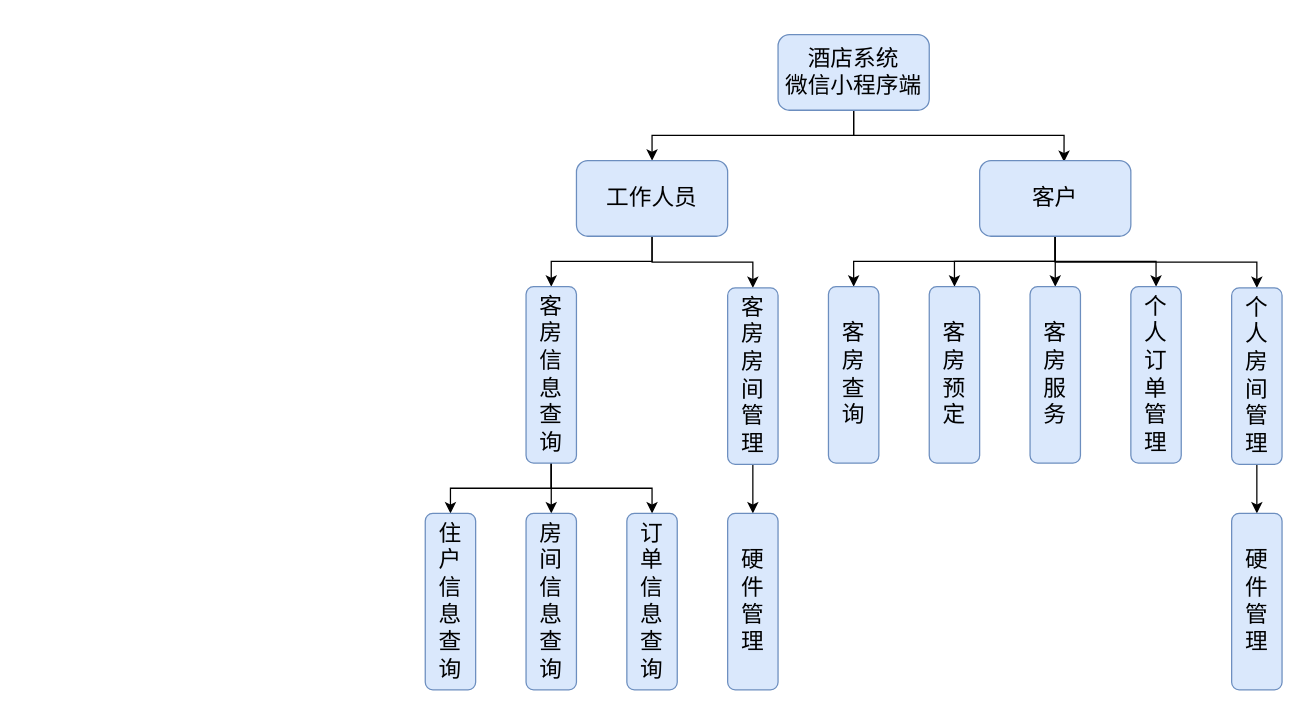
Earlier version of the draw.io diagram docs/src/微信小程序界面层.drawio (AndSonder/smart-hotel-database). Source tidied: cells renumbered, new cells numbered last; positions are measured from the earlier drawing's top-left corner, leaving out a move shared by most shapes. Both pictures are drawn from the tidied source at 126%, with x=0, y=0 at pixel (425, 34).
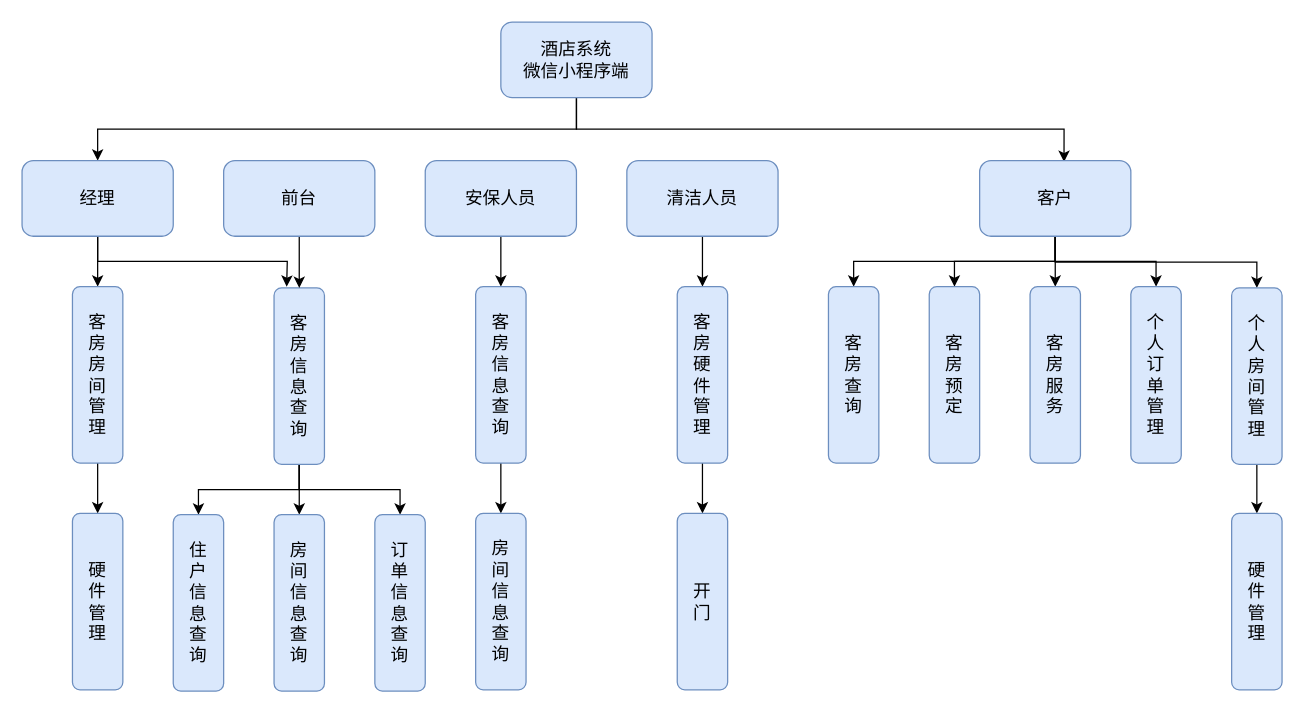
The same page after the edit.

Commit message (it also covers changes not shown here):
修改系统设计文档中的微信小程序功能模块图

What changed in the source:
```diff
@@
-    <mxCell id="2" style="edgeStyle=orthogonalEdgeStyle;rounded=0;jettySize=auto;html=1;exitX=0.5;exitY=1;exitDx=0;exitDy=0;fontSize=18;" parent="1" edge="1" source="4" target="7">
+    <mxCell id="2" style="edgeStyle=orthogonalEdgeStyle;rounded=0;jettySize=auto;html=1;exitX=0.5;exitY=1;exitDx=0;exitDy=0;fontSize=14;" parent="1" edge="1" source="4" target="7">
       <mxGeometry relative="1" as="geometry" />
     </mxCell>
-    <mxCell id="3" style="edgeStyle=orthogonalEdgeStyle;rounded=0;jettySize=auto;html=1;exitX=0.5;exitY=1;exitDx=0;exitDy=0;entryX=0.558;entryY=0.017;entryDx=0;entryDy=0;entryPerimeter=0;fontSize=18;" parent="1" edge="1" source="4" target="13">
+    <mxCell id="3" style="edgeStyle=orthogonalEdgeStyle;rounded=0;jettySize=auto;html=1;exitX=0.5;exitY=1;exitDx=0;exitDy=0;entryX=0.558;entryY=0.017;entryDx=0;entryDy=0;entryPerimeter=0;fontSize=14;" parent="1" edge="1" source="4" target="13">
       <mxGeometry relative="1" as="geometry" />
     </mxCell>
-    <mxCell id="4" value="酒店系统&lt;br style=&quot;font-size: 18px;&quot;&gt;微信小程序端" style="rounded=1;whiteSpace=wrap;html=1;fillColor=#dae8fc;strokeColor=#6c8ebf;shadow=0;glass=0;sketch=0;fontSize=18;" parent="1" vertex="1">
-      <mxGeometry x="280" width="120" height="60" as="geometry" />
+    <mxCell id="4" value="酒店系统&lt;br style=&quot;font-size: 14px;&quot;&gt;微信小程序端" style="rounded=1;whiteSpace=wrap;html=1;fillColor=#dae8fc;strokeColor=#6c8ebf;shadow=0;glass=0;sketch=0;fontSize=14;" parent="1" vertex="1">
+      <mxGeometry x="60" y="-10" width="120" height="60" as="geometry" />
     </mxCell>
-    <mxCell id="5" style="edgeStyle=orthogonalEdgeStyle;rounded=0;jettySize=auto;html=1;exitX=0.5;exitY=1;exitDx=0;exitDy=0;entryX=0.5;entryY=0;entryDx=0;entryDy=0;fontSize=18;" parent="1" edge="1" source="7" target="22">
-      <mxGeometry relative="1" as="geometry" />
-    </mxCell>
-    <mxCell id="6" style="edgeStyle=orthogonalEdgeStyle;rounded=0;jettySize=auto;html=1;exitX=0.5;exitY=1;exitDx=0;exitDy=0;entryX=0.5;entryY=0;entryDx=0;entryDy=0;" parent="1" edge="1" source="7" target="24">
+    <mxCell id="6" style="edgeStyle=orthogonalEdgeStyle;rounded=0;jettySize=auto;html=1;exitX=0.5;exitY=1;exitDx=0;exitDy=0;entryX=0.5;entryY=0;entryDx=0;entryDy=0;fontSize=14;" parent="1" edge="1" source="7" target="24">
       <mxGeometry relative="1" as="geometry" />
     </mxCell>
+    <mxCell id="31" style="edgeStyle=orthogonalEdgeStyle;rounded=0;jettySize=auto;html=1;exitX=0.5;exitY=1;exitDx=0;exitDy=0;fontSize=14;" parent="1" edge="1" source="7">
+      <mxGeometry relative="1" as="geometry">
+        <mxPoint x="-110" y="200" as="targetPoint" />
+      </mxGeometry>
+    </mxCell>
-    <mxCell id="7" value="工作人员" style="rounded=1;whiteSpace=wrap;html=1;fillColor=#dae8fc;strokeColor=#6c8ebf;shadow=0;sketch=0;fontSize=18;" parent="1" vertex="1">
-      <mxGeometry x="120" y="100" width="120" height="60" as="geometry" />
+    <mxCell id="7" value="经理" style="rounded=1;whiteSpace=wrap;html=1;fillColor=#dae8fc;strokeColor=#6c8ebf;shadow=0;sketch=0;fontSize=14;" parent="1" vertex="1">
+      <mxGeometry x="-320" y="100" width="120" height="60" as="geometry" />
     </mxCell>
-    <mxCell id="8" style="edgeStyle=orthogonalEdgeStyle;rounded=0;jettySize=auto;html=1;exitX=0.5;exitY=1;exitDx=0;exitDy=0;entryX=0.5;entryY=0;entryDx=0;entryDy=0;fontSize=18;" parent="1" edge="1" source="13" target="14">
+    <mxCell id="8" style="edgeStyle=orthogonalEdgeStyle;rounded=0;jettySize=auto;html=1;exitX=0.5;exitY=1;exitDx=0;exitDy=0;entryX=0.5;entryY=0;entryDx=0;entryDy=0;fontSize=14;" parent="1" edge="1" source="13" target="14">
       <mxGeometry relative="1" as="geometry" />
     </mxCell>
-    <mxCell id="9" style="edgeStyle=orthogonalEdgeStyle;rounded=0;jettySize=auto;html=1;exitX=0.5;exitY=1;exitDx=0;exitDy=0;entryX=0.5;entryY=0;entryDx=0;entryDy=0;fontSize=18;" parent="1" edge="1" source="13" target="16">
+    <mxCell id="9" style="edgeStyle=orthogonalEdgeStyle;rounded=0;jettySize=auto;html=1;exitX=0.5;exitY=1;exitDx=0;exitDy=0;entryX=0.5;entryY=0;entryDx=0;entryDy=0;fontSize=14;" parent="1" edge="1" source="13" target="16">
       <mxGeometry relative="1" as="geometry" />
     </mxCell>
-    <mxCell id="10" style="edgeStyle=orthogonalEdgeStyle;rounded=0;jettySize=auto;html=1;exitX=0.5;exitY=1;exitDx=0;exitDy=0;entryX=0.5;entryY=0;entryDx=0;entryDy=0;fontSize=18;" parent="1" edge="1" source="13" target="15">
+    <mxCell id="10" style="edgeStyle=orthogonalEdgeStyle;rounded=0;jettySize=auto;html=1;exitX=0.5;exitY=1;exitDx=0;exitDy=0;entryX=0.5;entryY=0;entryDx=0;entryDy=0;fontSize=14;" parent="1" edge="1" source="13" target="15">
       <mxGeometry relative="1" as="geometry" />
     </mxCell>
-    <mxCell id="11" style="edgeStyle=orthogonalEdgeStyle;rounded=0;jettySize=auto;html=1;exitX=0.5;exitY=1;exitDx=0;exitDy=0;fontSize=18;" parent="1" edge="1" source="13" target="18">
+    <mxCell id="11" style="edgeStyle=orthogonalEdgeStyle;rounded=0;jettySize=auto;html=1;exitX=0.5;exitY=1;exitDx=0;exitDy=0;fontSize=14;" parent="1" edge="1" source="13" target="18">
       <mxGeometry relative="1" as="geometry" />
     </mxCell>
-    <mxCell id="12" style="edgeStyle=orthogonalEdgeStyle;rounded=0;jettySize=auto;html=1;exitX=0.5;exitY=1;exitDx=0;exitDy=0;entryX=0.5;entryY=0;entryDx=0;entryDy=0;" parent="1" edge="1" source="13" target="26">
+    <mxCell id="12" style="edgeStyle=orthogonalEdgeStyle;rounded=0;jettySize=auto;html=1;exitX=0.5;exitY=1;exitDx=0;exitDy=0;entryX=0.5;entryY=0;entryDx=0;entryDy=0;fontSize=14;" parent="1" edge="1" source="13" target="26">
       <mxGeometry relative="1" as="geometry" />
     </mxCell>
-    <mxCell id="13" value="客户" style="rounded=1;whiteSpace=wrap;html=1;fillColor=#dae8fc;strokeColor=#6c8ebf;shadow=0;sketch=0;fontSize=18;" parent="1" vertex="1">
+    <mxCell id="13" value="客户" style="rounded=1;whiteSpace=wrap;html=1;fillColor=#dae8fc;strokeColor=#6c8ebf;shadow=0;sketch=0;fontSize=14;" parent="1" vertex="1">
       <mxGeometry x="440" y="100" width="120" height="60" as="geometry" />
     </mxCell>
-    <mxCell id="14" value="&lt;span style=&quot;font-size: 18px;&quot;&gt;客&lt;/span&gt;&lt;br style=&quot;font-size: 18px;&quot;&gt;&lt;span style=&quot;font-size: 18px;&quot;&gt;房&lt;/span&gt;&lt;br style=&quot;font-size: 18px;&quot;&gt;&lt;span style=&quot;font-size: 18px;&quot;&gt;查&lt;/span&gt;&lt;br style=&quot;font-size: 18px;&quot;&gt;&lt;span style=&quot;font-size: 18px;&quot;&gt;询&lt;/span&gt;" style="rounded=1;whiteSpace=wrap;html=1;fillColor=#dae8fc;strokeColor=#6c8ebf;shadow=0;sketch=0;fontSize=18;" parent="1" vertex="1">
+    <mxCell id="14" value="&lt;span style=&quot;font-size: 14px;&quot;&gt;客&lt;/span&gt;&lt;br style=&quot;font-size: 14px;&quot;&gt;&lt;span style=&quot;font-size: 14px;&quot;&gt;房&lt;/span&gt;&lt;br style=&quot;font-size: 14px;&quot;&gt;&lt;span style=&quot;font-size: 14px;&quot;&gt;查&lt;/span&gt;&lt;br style=&quot;font-size: 14px;&quot;&gt;&lt;span style=&quot;font-size: 14px;&quot;&gt;询&lt;/span&gt;" style="rounded=1;whiteSpace=wrap;html=1;fillColor=#dae8fc;strokeColor=#6c8ebf;shadow=0;sketch=0;fontSize=14;" parent="1" vertex="1">
       <mxGeometry x="320" y="200" width="40" height="140" as="geometry" />
     </mxCell>
-    <mxCell id="15" value="个&lt;br style=&quot;font-size: 18px;&quot;&gt;人&lt;br style=&quot;font-size: 18px;&quot;&gt;订&lt;br style=&quot;font-size: 18px;&quot;&gt;单&lt;br style=&quot;font-size: 18px;&quot;&gt;管&lt;br style=&quot;font-size: 18px;&quot;&gt;理" style="rounded=1;whiteSpace=wrap;html=1;fillColor=#dae8fc;strokeColor=#6c8ebf;shadow=0;sketch=0;fontSize=18;" parent="1" vertex="1">
+    <mxCell id="15" value="个&lt;br style=&quot;font-size: 14px;&quot;&gt;人&lt;br style=&quot;font-size: 14px;&quot;&gt;订&lt;br style=&quot;font-size: 14px;&quot;&gt;单&lt;br style=&quot;font-size: 14px;&quot;&gt;管&lt;br style=&quot;font-size: 14px;&quot;&gt;理" style="rounded=1;whiteSpace=wrap;html=1;fillColor=#dae8fc;strokeColor=#6c8ebf;shadow=0;sketch=0;fontSize=14;" parent="1" vertex="1">
       <mxGeometry x="560" y="200" width="40" height="140" as="geometry" />
     </mxCell>
-    <mxCell id="16" value="客&lt;br style=&quot;font-size: 18px;&quot;&gt;房&lt;br style=&quot;font-size: 18px;&quot;&gt;预&lt;br style=&quot;font-size: 18px;&quot;&gt;定" style="rounded=1;whiteSpace=wrap;html=1;fillColor=#dae8fc;strokeColor=#6c8ebf;shadow=0;sketch=0;fontSize=18;" parent="1" vertex="1">
+    <mxCell id="16" value="客&lt;br style=&quot;font-size: 14px;&quot;&gt;房&lt;br style=&quot;font-size: 14px;&quot;&gt;预&lt;br style=&quot;font-size: 14px;&quot;&gt;定" style="rounded=1;whiteSpace=wrap;html=1;fillColor=#dae8fc;strokeColor=#6c8ebf;shadow=0;sketch=0;fontSize=14;" parent="1" vertex="1">
       <mxGeometry x="400" y="200" width="40" height="140" as="geometry" />
     </mxCell>
-    <mxCell id="17" style="edgeStyle=orthogonalEdgeStyle;rounded=0;jettySize=auto;html=1;exitX=0.5;exitY=1;exitDx=0;exitDy=0;entryX=0.5;entryY=0;entryDx=0;entryDy=0;" parent="1" edge="1" source="18" target="25">
+    <mxCell id="17" style="edgeStyle=orthogonalEdgeStyle;rounded=0;jettySize=auto;html=1;exitX=0.5;exitY=1;exitDx=0;exitDy=0;entryX=0.5;entryY=0;entryDx=0;entryDy=0;fontSize=14;" parent="1" edge="1" source="18" target="25">
       <mxGeometry relative="1" as="geometry" />
     </mxCell>
-    <mxCell id="18" value="个&lt;br style=&quot;font-size: 18px;&quot;&gt;人&lt;br style=&quot;font-size: 18px;&quot;&gt;房&lt;br style=&quot;font-size: 18px;&quot;&gt;间&lt;br style=&quot;font-size: 18px;&quot;&gt;管&lt;br style=&quot;font-size: 18px;&quot;&gt;理" style="rounded=1;whiteSpace=wrap;html=1;fillColor=#dae8fc;strokeColor=#6c8ebf;shadow=0;sketch=0;fontSize=18;" parent="1" vertex="1">
+    <mxCell id="18" value="个&lt;br style=&quot;font-size: 14px;&quot;&gt;人&lt;br style=&quot;font-size: 14px;&quot;&gt;房&lt;br style=&quot;font-size: 14px;&quot;&gt;间&lt;br style=&quot;font-size: 14px;&quot;&gt;管&lt;br style=&quot;font-size: 14px;&quot;&gt;理" style="rounded=1;whiteSpace=wrap;html=1;fillColor=#dae8fc;strokeColor=#6c8ebf;shadow=0;sketch=0;fontSize=14;" parent="1" vertex="1">
       <mxGeometry x="640" y="201" width="40" height="140" as="geometry" />
     </mxCell>
-    <mxCell id="19" style="edgeStyle=orthogonalEdgeStyle;rounded=0;jettySize=auto;html=1;exitX=0.5;exitY=1;exitDx=0;exitDy=0;entryX=0.5;entryY=0;entryDx=0;entryDy=0;" parent="1" edge="1" source="22" target="28">
+    <mxCell id="19" style="edgeStyle=orthogonalEdgeStyle;rounded=0;jettySize=auto;html=1;exitX=0.5;exitY=1;exitDx=0;exitDy=0;entryX=0.5;entryY=0;entryDx=0;entryDy=0;fontSize=14;" parent="1" edge="1" source="22" target="28">
       <mxGeometry relative="1" as="geometry" />
     </mxCell>
-    <mxCell id="20" style="edgeStyle=orthogonalEdgeStyle;rounded=0;jettySize=auto;html=1;exitX=0.5;exitY=1;exitDx=0;exitDy=0;entryX=0.5;entryY=0;entryDx=0;entryDy=0;" parent="1" edge="1" source="22" target="27">
+    <mxCell id="20" style="edgeStyle=orthogonalEdgeStyle;rounded=0;jettySize=auto;html=1;exitX=0.5;exitY=1;exitDx=0;exitDy=0;entryX=0.5;entryY=0;entryDx=0;entryDy=0;fontSize=14;" parent="1" edge="1" source="22" target="27">
       <mxGeometry relative="1" as="geometry" />
     </mxCell>
-    <mxCell id="21" style="edgeStyle=orthogonalEdgeStyle;rounded=0;jettySize=auto;html=1;exitX=0.5;exitY=1;exitDx=0;exitDy=0;entryX=0.5;entryY=0;entryDx=0;entryDy=0;" parent="1" edge="1" source="22" target="29">
+    <mxCell id="21" style="edgeStyle=orthogonalEdgeStyle;rounded=0;jettySize=auto;html=1;exitX=0.5;exitY=1;exitDx=0;exitDy=0;entryX=0.5;entryY=0;entryDx=0;entryDy=0;fontSize=14;" parent="1" edge="1" source="22" target="29">
       <mxGeometry relative="1" as="geometry" />
     </mxCell>
-    <mxCell id="22" value="&lt;span style=&quot;font-size: 18px;&quot;&gt;客&lt;/span&gt;&lt;br style=&quot;font-size: 18px;&quot;&gt;&lt;span style=&quot;font-size: 18px;&quot;&gt;房&lt;br style=&quot;font-size: 18px;&quot;&gt;&lt;/span&gt;信&lt;br style=&quot;font-size: 18px;&quot;&gt;息&lt;br style=&quot;font-size: 18px;&quot;&gt;&lt;span style=&quot;font-size: 18px;&quot;&gt;查&lt;br style=&quot;font-size: 18px;&quot;&gt;询&lt;br style=&quot;font-size: 18px;&quot;&gt;&lt;/span&gt;" style="rounded=1;whiteSpace=wrap;html=1;fillColor=#dae8fc;strokeColor=#6c8ebf;shadow=0;sketch=0;fontSize=18;" parent="1" vertex="1">
-      <mxGeometry x="80" y="200" width="40" height="140" as="geometry" />
+    <mxCell id="22" value="&lt;span style=&quot;font-size: 14px;&quot;&gt;客&lt;/span&gt;&lt;br style=&quot;font-size: 14px;&quot;&gt;&lt;span style=&quot;font-size: 14px;&quot;&gt;房&lt;br style=&quot;font-size: 14px;&quot;&gt;&lt;/span&gt;信&lt;br style=&quot;font-size: 14px;&quot;&gt;息&lt;br style=&quot;font-size: 14px;&quot;&gt;&lt;span style=&quot;font-size: 14px;&quot;&gt;查&lt;br style=&quot;font-size: 14px;&quot;&gt;询&lt;br style=&quot;font-size: 14px;&quot;&gt;&lt;/span&gt;" style="rounded=1;whiteSpace=wrap;html=1;fillColor=#dae8fc;strokeColor=#6c8ebf;shadow=0;sketch=0;fontSize=14;" parent="1" vertex="1">
+      <mxGeometry x="-120" y="201" width="40" height="140" as="geometry" />
     </mxCell>
-    <mxCell id="23" style="edgeStyle=orthogonalEdgeStyle;rounded=0;jettySize=auto;html=1;exitX=0.5;exitY=1;exitDx=0;exitDy=0;entryX=0.5;entryY=0;entryDx=0;entryDy=0;" parent="1" edge="1" source="24" target="30">
+    <mxCell id="23" style="edgeStyle=orthogonalEdgeStyle;rounded=0;jettySize=auto;html=1;exitX=0.5;exitY=1;exitDx=0;exitDy=0;entryX=0.5;entryY=0;entryDx=0;entryDy=0;fontSize=14;" parent="1" edge="1" source="24" target="30">
       <mxGeometry relative="1" as="geometry" />
     </mxCell>
-    <mxCell id="24" value="客&lt;br&gt;房&lt;br&gt;房&lt;br&gt;间&lt;br&gt;管&lt;br&gt;理" style="rounded=1;whiteSpace=wrap;html=1;fillColor=#dae8fc;strokeColor=#6c8ebf;shadow=0;sketch=0;fontSize=18;" parent="1" vertex="1">
-      <mxGeometry x="240" y="201" width="40" height="140" as="geometry" />
+    <mxCell id="24" value="客&lt;br style=&quot;font-size: 14px;&quot;&gt;房&lt;br style=&quot;font-size: 14px;&quot;&gt;房&lt;br style=&quot;font-size: 14px;&quot;&gt;间&lt;br style=&quot;font-size: 14px;&quot;&gt;管&lt;br style=&quot;font-size: 14px;&quot;&gt;理" style="rounded=1;whiteSpace=wrap;html=1;fillColor=#dae8fc;strokeColor=#6c8ebf;shadow=0;sketch=0;fontSize=14;" parent="1" vertex="1">
+      <mxGeometry x="-280" y="200" width="40" height="140" as="geometry" />
     </mxCell>
-    <mxCell id="25" value="硬&lt;br&gt;件&lt;br&gt;管&lt;br&gt;理" style="rounded=1;whiteSpace=wrap;html=1;fillColor=#dae8fc;strokeColor=#6c8ebf;shadow=0;sketch=0;fontSize=18;" parent="1" vertex="1">
+    <mxCell id="25" value="硬&lt;br style=&quot;font-size: 14px;&quot;&gt;件&lt;br style=&quot;font-size: 14px;&quot;&gt;管&lt;br style=&quot;font-size: 14px;&quot;&gt;理" style="rounded=1;whiteSpace=wrap;html=1;fillColor=#dae8fc;strokeColor=#6c8ebf;shadow=0;sketch=0;fontSize=14;" parent="1" vertex="1">
       <mxGeometry x="640" y="380" width="40" height="140" as="geometry" />
     </mxCell>
-    <mxCell id="26" value="&lt;span style=&quot;font-size: 18px&quot;&gt;客&lt;/span&gt;&lt;br style=&quot;font-size: 18px&quot;&gt;&lt;span style=&quot;font-size: 18px&quot;&gt;房&lt;/span&gt;&lt;br style=&quot;font-size: 18px&quot;&gt;服&lt;br&gt;务" style="rounded=1;whiteSpace=wrap;html=1;fillColor=#dae8fc;strokeColor=#6c8ebf;shadow=0;sketch=0;fontSize=18;" parent="1" vertex="1">
+    <mxCell id="26" value="&lt;span style=&quot;font-size: 14px;&quot;&gt;客&lt;/span&gt;&lt;br style=&quot;font-size: 14px;&quot;&gt;&lt;span style=&quot;font-size: 14px;&quot;&gt;房&lt;/span&gt;&lt;br style=&quot;font-size: 14px;&quot;&gt;服&lt;br style=&quot;font-size: 14px;&quot;&gt;务" style="rounded=1;whiteSpace=wrap;html=1;fillColor=#dae8fc;strokeColor=#6c8ebf;shadow=0;sketch=0;fontSize=14;" parent="1" vertex="1">
       <mxGeometry x="480" y="200" width="40" height="140" as="geometry" />
     </mxCell>
-    <mxCell id="27" value="房&lt;br&gt;间&lt;br&gt;信&lt;br&gt;息&lt;br&gt;&lt;span style=&quot;font-size: 18px&quot;&gt;查&lt;br style=&quot;font-size: 18px&quot;&gt;询&lt;br style=&quot;font-size: 18px&quot;&gt;&lt;/span&gt;" style="rounded=1;whiteSpace=wrap;html=1;fillColor=#dae8fc;strokeColor=#6c8ebf;shadow=0;sketch=0;fontSize=18;" parent="1" vertex="1">
-      <mxGeometry x="80" y="380" width="40" height="140" as="geometry" />
+    <mxCell id="27" value="房&lt;br style=&quot;font-size: 14px;&quot;&gt;间&lt;br style=&quot;font-size: 14px;&quot;&gt;信&lt;br style=&quot;font-size: 14px;&quot;&gt;息&lt;br style=&quot;font-size: 14px;&quot;&gt;&lt;span style=&quot;font-size: 14px;&quot;&gt;查&lt;br style=&quot;font-size: 14px;&quot;&gt;询&lt;br style=&quot;font-size: 14px;&quot;&gt;&lt;/span&gt;" style="rounded=1;whiteSpace=wrap;html=1;fillColor=#dae8fc;strokeColor=#6c8ebf;shadow=0;sketch=0;fontSize=14;" parent="1" vertex="1">
+      <mxGeometry x="-120" y="381" width="40" height="140" as="geometry" />
     </mxCell>
-    <mxCell id="28" value="住&lt;br&gt;户&lt;br&gt;信&lt;br&gt;息&lt;br&gt;&lt;span style=&quot;font-size: 18px&quot;&gt;查&lt;br style=&quot;font-size: 18px&quot;&gt;询&lt;br style=&quot;font-size: 18px&quot;&gt;&lt;/span&gt;" style="rounded=1;whiteSpace=wrap;html=1;fillColor=#dae8fc;strokeColor=#6c8ebf;shadow=0;sketch=0;fontSize=18;" parent="1" vertex="1">
-      <mxGeometry y="380" width="40" height="140" as="geometry" />
+    <mxCell id="28" value="住&lt;br style=&quot;font-size: 14px;&quot;&gt;户&lt;br style=&quot;font-size: 14px;&quot;&gt;信&lt;br style=&quot;font-size: 14px;&quot;&gt;息&lt;br style=&quot;font-size: 14px;&quot;&gt;&lt;span style=&quot;font-size: 14px;&quot;&gt;查&lt;br style=&quot;font-size: 14px;&quot;&gt;询&lt;br style=&quot;font-size: 14px;&quot;&gt;&lt;/span&gt;" style="rounded=1;whiteSpace=wrap;html=1;fillColor=#dae8fc;strokeColor=#6c8ebf;shadow=0;sketch=0;fontSize=14;" parent="1" vertex="1">
+      <mxGeometry x="-200" y="381" width="40" height="140" as="geometry" />
     </mxCell>
-    <mxCell id="29" value="订&lt;br&gt;单&lt;br&gt;信&lt;br&gt;息&lt;br&gt;&lt;span style=&quot;font-size: 18px&quot;&gt;查&lt;br style=&quot;font-size: 18px&quot;&gt;询&lt;br style=&quot;font-size: 18px&quot;&gt;&lt;/span&gt;" style="rounded=1;whiteSpace=wrap;html=1;fillColor=#dae8fc;strokeColor=#6c8ebf;shadow=0;sketch=0;fontSize=18;" parent="1" vertex="1">
-      <mxGeometry x="160" y="380" width="40" height="140" as="geometry" />
+    <mxCell id="29" value="订&lt;br style=&quot;font-size: 14px;&quot;&gt;单&lt;br style=&quot;font-size: 14px;&quot;&gt;信&lt;br style=&quot;font-size: 14px;&quot;&gt;息&lt;br style=&quot;font-size: 14px;&quot;&gt;&lt;span style=&quot;font-size: 14px;&quot;&gt;查&lt;br style=&quot;font-size: 14px;&quot;&gt;询&lt;br style=&quot;font-size: 14px;&quot;&gt;&lt;/span&gt;" style="rounded=1;whiteSpace=wrap;html=1;fillColor=#dae8fc;strokeColor=#6c8ebf;shadow=0;sketch=0;fontSize=14;" parent="1" vertex="1">
+      <mxGeometry x="-40" y="381" width="40" height="140" as="geometry" />
     </mxCell>
-    <mxCell id="30" value="硬&lt;br&gt;件&lt;br&gt;管&lt;br&gt;理" style="rounded=1;whiteSpace=wrap;html=1;fillColor=#dae8fc;strokeColor=#6c8ebf;shadow=0;sketch=0;fontSize=18;" parent="1" vertex="1">
-      <mxGeometry x="240" y="380" width="40" height="140" as="geometry" />
+    <mxCell id="30" value="硬&lt;br style=&quot;font-size: 14px;&quot;&gt;件&lt;br style=&quot;font-size: 14px;&quot;&gt;管&lt;br style=&quot;font-size: 14px;&quot;&gt;理" style="rounded=1;whiteSpace=wrap;html=1;fillColor=#dae8fc;strokeColor=#6c8ebf;shadow=0;sketch=0;fontSize=14;" parent="1" vertex="1">
+      <mxGeometry x="-280" y="380" width="40" height="140" as="geometry" />
     </mxCell>
+    <mxCell id="32" style="edgeStyle=orthogonalEdgeStyle;rounded=0;jettySize=auto;html=1;exitX=0.5;exitY=1;exitDx=0;exitDy=0;entryX=0.5;entryY=0;entryDx=0;entryDy=0;fontSize=14;" parent="1" edge="1" source="33" target="22">
+      <mxGeometry relative="1" as="geometry" />
+    </mxCell>
+    <mxCell id="33" value="前台" style="rounded=1;whiteSpace=wrap;html=1;fillColor=#dae8fc;strokeColor=#6c8ebf;shadow=0;sketch=0;fontSize=14;" parent="1" vertex="1">
+      <mxGeometry x="-160" y="100" width="120" height="60" as="geometry" />
+    </mxCell>
+    <mxCell id="34" style="edgeStyle=orthogonalEdgeStyle;rounded=0;jettySize=auto;html=1;exitX=0.5;exitY=1;exitDx=0;exitDy=0;entryX=0.5;entryY=0;entryDx=0;entryDy=0;fontSize=14;" parent="1" edge="1" source="35" target="42">
+      <mxGeometry relative="1" as="geometry" />
+    </mxCell>
+    <mxCell id="35" value="安保人员" style="rounded=1;whiteSpace=wrap;html=1;fillColor=#dae8fc;strokeColor=#6c8ebf;shadow=0;sketch=0;fontSize=14;" parent="1" vertex="1">
+      <mxGeometry y="100" width="120" height="60" as="geometry" />
+    </mxCell>
+    <mxCell id="36" style="edgeStyle=orthogonalEdgeStyle;rounded=0;jettySize=auto;html=1;exitX=0.5;exitY=1;exitDx=0;exitDy=0;entryX=0.5;entryY=0;entryDx=0;entryDy=0;fontSize=14;" parent="1" edge="1" source="37" target="39">
+      <mxGeometry relative="1" as="geometry" />
+    </mxCell>
+    <mxCell id="37" value="清洁人员" style="rounded=1;whiteSpace=wrap;html=1;fillColor=#dae8fc;strokeColor=#6c8ebf;shadow=0;sketch=0;fontSize=14;" parent="1" vertex="1">
+      <mxGeometry x="160" y="100" width="120" height="60" as="geometry" />
+    </mxCell>
+    <mxCell id="38" style="edgeStyle=orthogonalEdgeStyle;rounded=0;jettySize=auto;html=1;exitX=0.5;exitY=1;exitDx=0;exitDy=0;entryX=0.5;entryY=0;entryDx=0;entryDy=0;fontSize=14;" parent="1" edge="1" source="39" target="40">
+      <mxGeometry relative="1" as="geometry" />
+    </mxCell>
+    <mxCell id="39" value="客&lt;br style=&quot;font-size: 14px;&quot;&gt;房&lt;br style=&quot;font-size: 14px;&quot;&gt;硬&lt;br style=&quot;font-size: 14px;&quot;&gt;件&lt;br style=&quot;font-size: 14px;&quot;&gt;管&lt;br style=&quot;font-size: 14px;&quot;&gt;理" style="rounded=1;whiteSpace=wrap;html=1;fillColor=#dae8fc;strokeColor=#6c8ebf;shadow=0;sketch=0;fontSize=14;" parent="1" vertex="1">
+      <mxGeometry x="200" y="200" width="40" height="140" as="geometry" />
+    </mxCell>
+    <mxCell id="40" value="开&lt;br style=&quot;font-size: 14px;&quot;&gt;门" style="rounded=1;whiteSpace=wrap;html=1;fillColor=#dae8fc;strokeColor=#6c8ebf;shadow=0;sketch=0;fontSize=14;" parent="1" vertex="1">
+      <mxGeometry x="200" y="380" width="40" height="140" as="geometry" />
+    </mxCell>
+    <mxCell id="41" style="edgeStyle=orthogonalEdgeStyle;rounded=0;jettySize=auto;html=1;exitX=0.5;exitY=1;exitDx=0;exitDy=0;entryX=0.5;entryY=0;entryDx=0;entryDy=0;fontSize=14;" parent="1" edge="1" source="42" target="43">
+      <mxGeometry relative="1" as="geometry" />
+    </mxCell>
+    <mxCell id="42" value="&lt;span style=&quot;font-size: 14px;&quot;&gt;客&lt;/span&gt;&lt;br style=&quot;font-size: 14px;&quot;&gt;&lt;span style=&quot;font-size: 14px;&quot;&gt;房&lt;br style=&quot;font-size: 14px;&quot;&gt;&lt;/span&gt;信&lt;br style=&quot;font-size: 14px;&quot;&gt;息&lt;br style=&quot;font-size: 14px;&quot;&gt;&lt;span style=&quot;font-size: 14px;&quot;&gt;查&lt;br style=&quot;font-size: 14px;&quot;&gt;询&lt;br style=&quot;font-size: 14px;&quot;&gt;&lt;/span&gt;" style="rounded=1;whiteSpace=wrap;html=1;fillColor=#dae8fc;strokeColor=#6c8ebf;shadow=0;sketch=0;fontSize=14;" parent="1" vertex="1">
+      <mxGeometry x="40" y="200" width="40" height="140" as="geometry" />
+    </mxCell>
+    <mxCell id="43" value="房&lt;br style=&quot;font-size: 14px;&quot;&gt;间&lt;br style=&quot;font-size: 14px;&quot;&gt;信&lt;br style=&quot;font-size: 14px;&quot;&gt;息&lt;br style=&quot;font-size: 14px;&quot;&gt;&lt;span style=&quot;font-size: 14px;&quot;&gt;查&lt;br style=&quot;font-size: 14px;&quot;&gt;询&lt;br style=&quot;font-size: 14px;&quot;&gt;&lt;/span&gt;" style="rounded=1;whiteSpace=wrap;html=1;fillColor=#dae8fc;strokeColor=#6c8ebf;shadow=0;sketch=0;fontSize=14;" parent="1" vertex="1">
+      <mxGeometry x="40" y="380" width="40" height="140" as="geometry" />
+    </mxCell>
```
